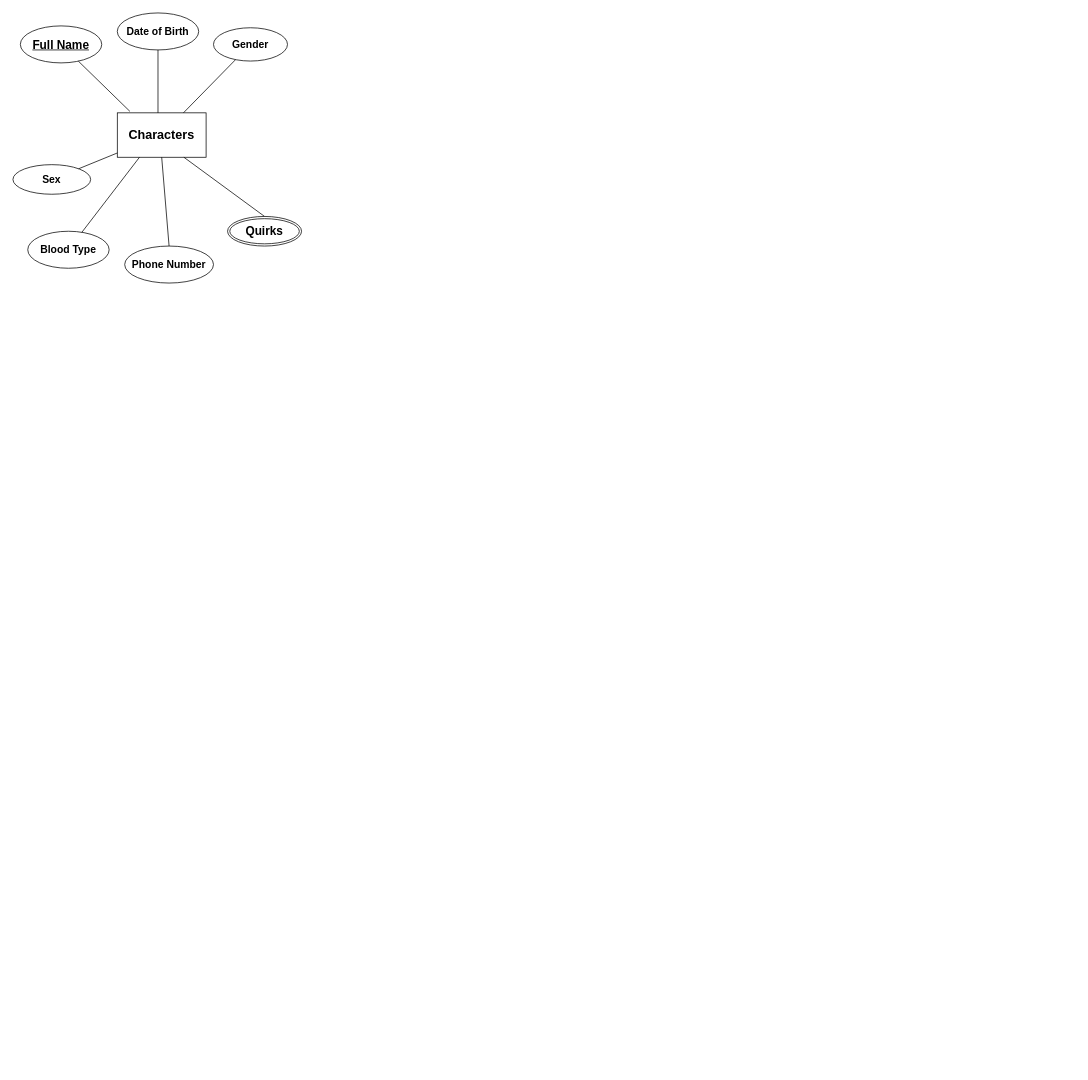
Before: hw2.drawio in ashhh18/dna-hw2, a draw.io diagram. Source tidied: cells renumbered, new cells numbered last; positions are measured from the earlier drawing's top-left corner, leaving out a move shared by most shapes. Both pictures are drawn from the tidied source at 74%, with x=0, y=0 at pixel (13, 13).
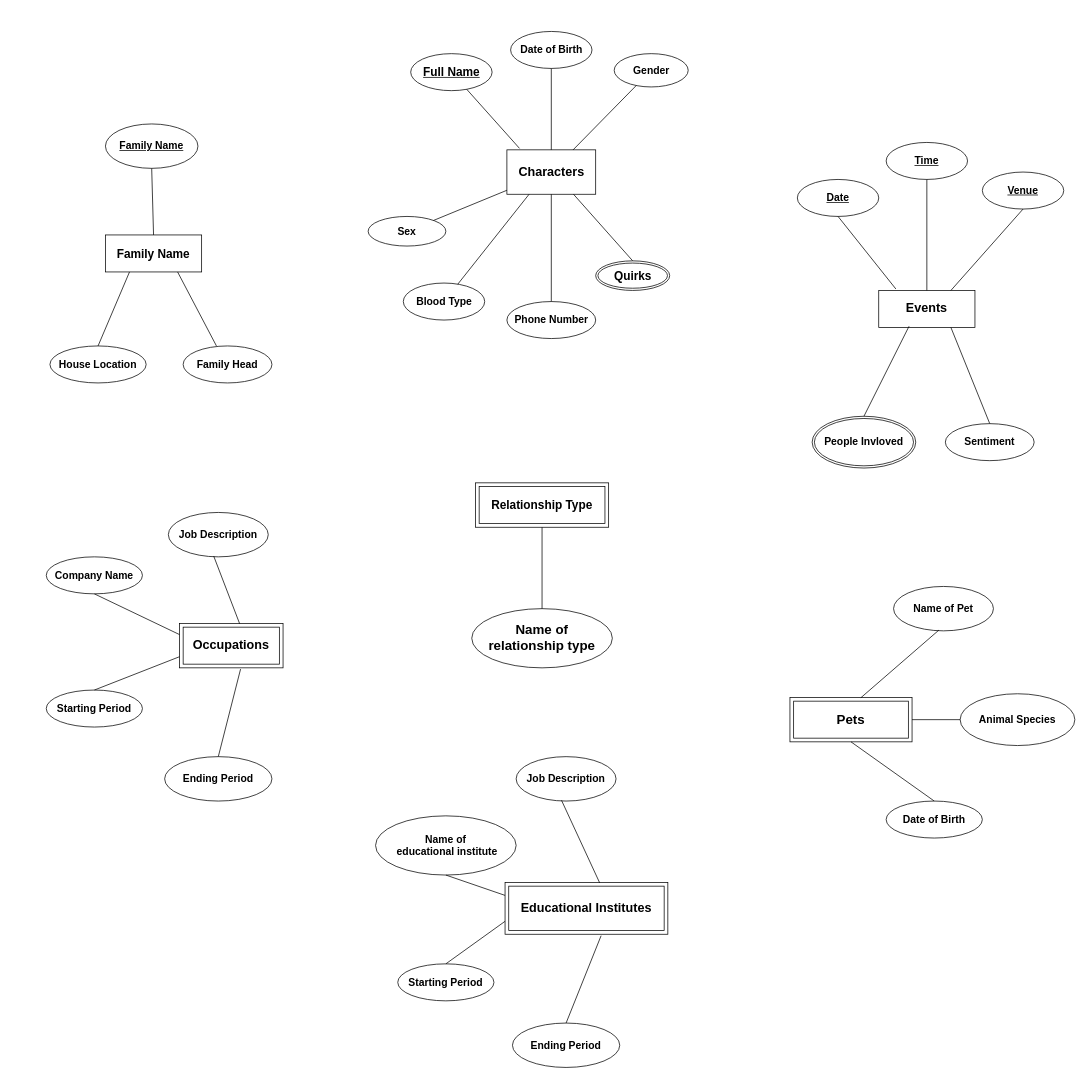
Above is the later version.

What changed in the source:
```diff
@@
     <mxCell id="2" value="&lt;p style=&quot;line-height: 230%; font-size: 17px;&quot;&gt;&lt;b&gt;Characters&lt;/b&gt;&lt;/p&gt;" style="rounded=0;whiteSpace=wrap;html=1;" parent="1" vertex="1">
-      <mxGeometry x="141" y="135" width="120" height="60" as="geometry" />
+      <mxGeometry x="667.5" y="185" width="120" height="60" as="geometry" />
     </mxCell>
     <mxCell id="3" value="&lt;b&gt;&lt;font style=&quot;font-size: 16px;&quot;&gt;Full Name&lt;/font&gt;&lt;/b&gt;" style="ellipse;whiteSpace=wrap;html=1;align=center;fontStyle=4;" parent="1" vertex="1">
-      <mxGeometry x="10" y="17.5" width="110" height="50" as="geometry" />
+      <mxGeometry x="537.5" y="55" width="110" height="50" as="geometry" />
     </mxCell>
@@
     <mxCell id="6" value="&lt;b&gt;&lt;font style=&quot;font-size: 14px;&quot;&gt;Date of Birth&lt;/font&gt;&lt;/b&gt;" style="ellipse;whiteSpace=wrap;html=1;align=center;" parent="1" vertex="1">
-      <mxGeometry x="141" width="110" height="50" as="geometry" />
+      <mxGeometry x="672.5" y="25" width="110" height="50" as="geometry" />
     </mxCell>
     <mxCell id="7" value="&lt;b&gt;&lt;font style=&quot;font-size: 14px;&quot;&gt;Gender&lt;/font&gt;&lt;/b&gt;" style="ellipse;whiteSpace=wrap;html=1;align=center;" parent="1" vertex="1">
-      <mxGeometry x="271" y="20" width="100" height="45" as="geometry" />
+      <mxGeometry x="812.5" y="55" width="100" height="45" as="geometry" />
     </mxCell>
-    <mxCell id="8" style="endArrow=none;html=1;rounded=0;" parent="1" edge="1" source="6">
-      <mxGeometry relative="1" as="geometry">
-        <mxPoint x="196" y="135" as="targetPoint" />
-      </mxGeometry>
+    <mxCell id="8" style="endArrow=none;html=1;rounded=0;entryX=0.5;entryY=0;entryDx=0;entryDy=0;" parent="1" edge="1" source="6" target="2">
+      <mxGeometry relative="1" as="geometry" />
     </mxCell>
@@
     <mxCell id="10" value="&lt;b&gt;&lt;font style=&quot;font-size: 14px;&quot;&gt;Sex&lt;/font&gt;&lt;/b&gt;" style="ellipse;whiteSpace=wrap;html=1;align=center;" parent="1" vertex="1">
-      <mxGeometry y="205" width="105" height="40" as="geometry" />
+      <mxGeometry x="480" y="275" width="105" height="40" as="geometry" />
     </mxCell>
     <mxCell id="11" value="&lt;b&gt;&lt;font style=&quot;font-size: 14px;&quot;&gt;Blood Type&lt;/font&gt;&lt;/b&gt;" style="ellipse;whiteSpace=wrap;html=1;align=center;" parent="1" vertex="1">
-      <mxGeometry x="20" y="295" width="110" height="50" as="geometry" />
+      <mxGeometry x="527.5" y="365" width="110" height="50" as="geometry" />
     </mxCell>
     <mxCell id="12" value="&lt;b&gt;&lt;font style=&quot;font-size: 14px;&quot;&gt;Phone Number&lt;/font&gt;&lt;/b&gt;" style="ellipse;whiteSpace=wrap;html=1;align=center;" parent="1" vertex="1">
-      <mxGeometry x="151" y="315" width="120" height="50" as="geometry" />
+      <mxGeometry x="667.5" y="390" width="120" height="50" as="geometry" />
     </mxCell>
     <mxCell id="13" value="&lt;b&gt;&lt;font style=&quot;font-size: 16px;&quot;&gt;Quirks&lt;/font&gt;&lt;/b&gt;" style="ellipse;shape=doubleEllipse;margin=3;whiteSpace=wrap;html=1;align=center;" parent="1" vertex="1">
-      <mxGeometry x="290" y="275" width="100" height="40" as="geometry" />
+      <mxGeometry x="787.5" y="335" width="100" height="40" as="geometry" />
     </mxCell>
@@
+    <mxCell id="18" value="&lt;b&gt;&lt;font style=&quot;font-size: 16px;&quot;&gt;Family Name&lt;/font&gt;&lt;/b&gt;" style="whiteSpace=wrap;html=1;align=center;" parent="1" vertex="1">
+      <mxGeometry x="125" y="300" width="130" height="50" as="geometry" />
+    </mxCell>
+    <mxCell id="19" value="&lt;b&gt;&lt;font style=&quot;font-size: 14px;&quot;&gt;House Location&lt;/font&gt;&lt;/b&gt;" style="ellipse;whiteSpace=wrap;html=1;align=center;" parent="1" vertex="1">
+      <mxGeometry x="50" y="450" width="130" height="50" as="geometry" />
+    </mxCell>
+    <mxCell id="20" value="&lt;b&gt;&lt;font style=&quot;font-size: 14px;&quot;&gt;Family Head&lt;/font&gt;&lt;/b&gt;" style="ellipse;whiteSpace=wrap;html=1;align=center;" parent="1" vertex="1">
+      <mxGeometry x="230" y="450" width="120" height="50" as="geometry" />
+    </mxCell>
+    <mxCell id="21" value="&lt;b&gt;&lt;font style=&quot;font-size: 14px;&quot;&gt;Family Name&lt;/font&gt;&lt;/b&gt;" style="ellipse;whiteSpace=wrap;html=1;align=center;fontStyle=4;" parent="1" vertex="1">
+      <mxGeometry x="125" y="150" width="125" height="60" as="geometry" />
+    </mxCell>
+    <mxCell id="22" style="endArrow=none;html=1;rounded=0;exitX=0.25;exitY=1;exitDx=0;exitDy=0;entryX=0.5;entryY=0;entryDx=0;entryDy=0;" parent="1" edge="1" source="18" target="19">
+      <mxGeometry relative="1" as="geometry" />
+    </mxCell>
+    <mxCell id="23" style="endArrow=none;html=1;rounded=0;exitX=0.5;exitY=0;exitDx=0;exitDy=0;entryX=0.75;entryY=1;entryDx=0;entryDy=0;" parent="1" edge="1" target="18">
+      <mxGeometry relative="1" as="geometry">
+        <mxPoint x="275" y="450" as="sourcePoint" />
+      </mxGeometry>
+    </mxCell>
+    <mxCell id="24" style="endArrow=none;html=1;rounded=0;exitX=0.5;exitY=1;exitDx=0;exitDy=0;entryX=0.5;entryY=0;entryDx=0;entryDy=0;" parent="1" edge="1" source="21" target="18">
+      <mxGeometry relative="1" as="geometry" />
+    </mxCell>
+    <mxCell id="25" value="&lt;b&gt;&lt;font style=&quot;font-size: 17px;&quot;&gt;Occupations&lt;/font&gt;&lt;/b&gt;" style="shape=ext;margin=3;double=1;whiteSpace=wrap;html=1;align=center;" parent="1" vertex="1">
+      <mxGeometry x="225" y="825" width="140" height="60" as="geometry" />
+    </mxCell>
+    <mxCell id="26" value="&lt;b&gt;&lt;font style=&quot;font-size: 14px;&quot;&gt;Company Name&lt;/font&gt;&lt;/b&gt;" style="ellipse;whiteSpace=wrap;html=1;align=center;" parent="1" vertex="1">
+      <mxGeometry x="45" y="735" width="130" height="50" as="geometry" />
+    </mxCell>
+    <mxCell id="27" value="&lt;b&gt;&lt;font style=&quot;font-size: 14px;&quot;&gt;Ending Period&lt;/font&gt;&lt;/b&gt;" style="ellipse;whiteSpace=wrap;html=1;align=center;" parent="1" vertex="1">
+      <mxGeometry x="205" y="1005" width="145" height="60" as="geometry" />
+    </mxCell>
+    <mxCell id="28" value="&lt;b&gt;&lt;font style=&quot;font-size: 14px;&quot;&gt;Starting Period&lt;/font&gt;&lt;/b&gt;" style="ellipse;whiteSpace=wrap;html=1;align=center;" parent="1" vertex="1">
+      <mxGeometry x="45" y="915" width="130" height="50" as="geometry" />
+    </mxCell>
+    <mxCell id="29" value="&lt;b&gt;&lt;font style=&quot;font-size: 14px;&quot;&gt;Job Description&lt;/font&gt;&lt;/b&gt;" style="ellipse;whiteSpace=wrap;html=1;align=center;" parent="1" vertex="1">
+      <mxGeometry x="210" y="675" width="135" height="60" as="geometry" />
+    </mxCell>
+    <mxCell id="30" style="endArrow=none;html=1;rounded=0;exitX=0.454;exitY=0.983;exitDx=0;exitDy=0;exitPerimeter=0;entryX=0.581;entryY=0.006;entryDx=0;entryDy=0;entryPerimeter=0;" parent="1" edge="1" source="29" target="25">
+      <mxGeometry relative="1" as="geometry" />
+    </mxCell>
+    <mxCell id="31" style="endArrow=none;html=1;rounded=0;exitX=0.5;exitY=1;exitDx=0;exitDy=0;entryX=0;entryY=0.25;entryDx=0;entryDy=0;" parent="1" edge="1" source="26" target="25">
+      <mxGeometry relative="1" as="geometry" />
+    </mxCell>
+    <mxCell id="32" style="endArrow=none;html=1;rounded=0;exitX=0.5;exitY=0;exitDx=0;exitDy=0;entryX=0;entryY=0.75;entryDx=0;entryDy=0;" parent="1" edge="1" source="28" target="25">
+      <mxGeometry relative="1" as="geometry" />
+    </mxCell>
+    <mxCell id="33" style="endArrow=none;html=1;rounded=0;exitX=0.5;exitY=0;exitDx=0;exitDy=0;entryX=0.59;entryY=1.028;entryDx=0;entryDy=0;entryPerimeter=0;" parent="1" edge="1" source="27" target="25">
+      <mxGeometry relative="1" as="geometry" />
+    </mxCell>
+    <mxCell id="34" value="&lt;b&gt;&lt;font style=&quot;font-size: 17px;&quot;&gt;Educational Institutes&lt;/font&gt;&lt;/b&gt;" style="shape=ext;margin=3;double=1;whiteSpace=wrap;html=1;align=center;" parent="1" vertex="1">
+      <mxGeometry x="665" y="1175" width="220" height="70" as="geometry" />
+    </mxCell>
+    <mxCell id="35" value="&lt;b&gt;&lt;font style=&quot;font-size: 14px;&quot;&gt;Name of&lt;br&gt;&amp;nbsp;educational institute&lt;/font&gt;&lt;/b&gt;" style="ellipse;whiteSpace=wrap;html=1;align=center;" parent="1" vertex="1">
+      <mxGeometry x="490" y="1085" width="190" height="80" as="geometry" />
+    </mxCell>
+    <mxCell id="36" value="&lt;b&gt;&lt;font style=&quot;font-size: 14px;&quot;&gt;Ending Period&lt;/font&gt;&lt;/b&gt;" style="ellipse;whiteSpace=wrap;html=1;align=center;" parent="1" vertex="1">
+      <mxGeometry x="675" y="1365" width="145" height="60" as="geometry" />
+    </mxCell>
+    <mxCell id="37" value="&lt;b&gt;&lt;font style=&quot;font-size: 14px;&quot;&gt;Starting Period&lt;/font&gt;&lt;/b&gt;" style="ellipse;whiteSpace=wrap;html=1;align=center;" parent="1" vertex="1">
+      <mxGeometry x="520" y="1285" width="130" height="50" as="geometry" />
+    </mxCell>
+    <mxCell id="38" value="&lt;b&gt;&lt;font style=&quot;font-size: 14px;&quot;&gt;Job Description&lt;/font&gt;&lt;/b&gt;" style="ellipse;whiteSpace=wrap;html=1;align=center;" parent="1" vertex="1">
+      <mxGeometry x="680" y="1005" width="135" height="60" as="geometry" />
+    </mxCell>
+    <mxCell id="39" style="endArrow=none;html=1;rounded=0;exitX=0.454;exitY=0.983;exitDx=0;exitDy=0;exitPerimeter=0;entryX=0.581;entryY=0.006;entryDx=0;entryDy=0;entryPerimeter=0;" parent="1" edge="1" source="38" target="34">
+      <mxGeometry relative="1" as="geometry" />
+    </mxCell>
+    <mxCell id="40" style="endArrow=none;html=1;rounded=0;exitX=0.5;exitY=1;exitDx=0;exitDy=0;entryX=0;entryY=0.25;entryDx=0;entryDy=0;" parent="1" edge="1" source="35" target="34">
+      <mxGeometry relative="1" as="geometry" />
+    </mxCell>
+    <mxCell id="41" style="endArrow=none;html=1;rounded=0;exitX=0.5;exitY=0;exitDx=0;exitDy=0;entryX=0;entryY=0.75;entryDx=0;entryDy=0;" parent="1" edge="1" source="37" target="34">
+      <mxGeometry relative="1" as="geometry" />
+    </mxCell>
+    <mxCell id="42" style="endArrow=none;html=1;rounded=0;exitX=0.5;exitY=0;exitDx=0;exitDy=0;entryX=0.59;entryY=1.028;entryDx=0;entryDy=0;entryPerimeter=0;" parent="1" edge="1" source="36" target="34">
+      <mxGeometry relative="1" as="geometry" />
+    </mxCell>
+    <mxCell id="43" value="&lt;b&gt;&lt;font style=&quot;font-size: 17px;&quot;&gt;Events&lt;/font&gt;&lt;/b&gt;" style="whiteSpace=wrap;html=1;align=center;" parent="1" vertex="1">
+      <mxGeometry x="1170" y="375" width="130" height="50" as="geometry" />
+    </mxCell>
+    <mxCell id="44" value="&lt;b&gt;&lt;font style=&quot;font-size: 14px;&quot;&gt;Date&lt;/font&gt;&lt;/b&gt;" style="ellipse;whiteSpace=wrap;html=1;align=center;fontStyle=4;" parent="1" vertex="1">
+      <mxGeometry x="1060" y="225" width="110" height="50" as="geometry" />
+    </mxCell>
+    <mxCell id="45" value="&lt;b&gt;&lt;font style=&quot;font-size: 14px;&quot;&gt;Time&lt;/font&gt;&lt;/b&gt;" style="ellipse;whiteSpace=wrap;html=1;align=center;fontStyle=4;" parent="1" vertex="1">
+      <mxGeometry x="1180" y="175" width="110" height="50" as="geometry" />
+    </mxCell>
+    <mxCell id="46" value="&lt;b&gt;&lt;font style=&quot;font-size: 14px;&quot;&gt;Venue&lt;/font&gt;&lt;/b&gt;" style="ellipse;whiteSpace=wrap;html=1;align=center;fontStyle=4;" parent="1" vertex="1">
+      <mxGeometry x="1310" y="215" width="110" height="50" as="geometry" />
+    </mxCell>
+    <mxCell id="47" value="&lt;b&gt;&lt;font style=&quot;font-size: 14px;&quot;&gt;Sentiment&lt;/font&gt;&lt;/b&gt;" style="ellipse;whiteSpace=wrap;html=1;align=center;" parent="1" vertex="1">
+      <mxGeometry x="1260" y="555" width="120" height="50" as="geometry" />
+    </mxCell>
+    <mxCell id="48" value="&lt;b&gt;&lt;font style=&quot;font-size: 14px;&quot;&gt;People Invloved&lt;/font&gt;&lt;/b&gt;" style="ellipse;shape=doubleEllipse;margin=3;whiteSpace=wrap;html=1;align=center;" parent="1" vertex="1">
+      <mxGeometry x="1080" y="545" width="140" height="70" as="geometry" />
+    </mxCell>
+    <mxCell id="49" style="endArrow=none;html=1;rounded=0;exitX=0.5;exitY=0;exitDx=0;exitDy=0;entryX=0.315;entryY=0.967;entryDx=0;entryDy=0;entryPerimeter=0;" parent="1" edge="1" source="48" target="43">
+      <mxGeometry relative="1" as="geometry" />
+    </mxCell>
+    <mxCell id="50" style="endArrow=none;html=1;rounded=0;exitX=0.75;exitY=1;exitDx=0;exitDy=0;entryX=0.5;entryY=0;entryDx=0;entryDy=0;" parent="1" edge="1" source="43" target="47">
+      <mxGeometry relative="1" as="geometry" />
+    </mxCell>
+    <mxCell id="51" style="endArrow=none;html=1;rounded=0;exitX=0.5;exitY=1;exitDx=0;exitDy=0;entryX=0.178;entryY=-0.04;entryDx=0;entryDy=0;entryPerimeter=0;" parent="1" edge="1" source="44" target="43">
+      <mxGeometry relative="1" as="geometry" />
+    </mxCell>
+    <mxCell id="52" style="endArrow=none;html=1;rounded=0;exitX=0.5;exitY=1;exitDx=0;exitDy=0;" parent="1" edge="1" source="45" target="43">
+      <mxGeometry relative="1" as="geometry" />
+    </mxCell>
+    <mxCell id="53" style="endArrow=none;html=1;rounded=0;exitX=0.5;exitY=1;exitDx=0;exitDy=0;entryX=0.75;entryY=0;entryDx=0;entryDy=0;" parent="1" edge="1" source="46" target="43">
+      <mxGeometry relative="1" as="geometry" />
+    </mxCell>
+    <mxCell id="54" value="&lt;b&gt;&lt;font style=&quot;font-size: 18px;&quot;&gt;Pets&lt;/font&gt;&lt;/b&gt;" style="shape=ext;margin=3;double=1;whiteSpace=wrap;html=1;align=center;" parent="1" vertex="1">
+      <mxGeometry x="1050" y="925" width="165" height="60" as="geometry" />
+    </mxCell>
+    <mxCell id="55" value="&lt;span style=&quot;font-size: 14px;&quot;&gt;&lt;b&gt;Animal Species&lt;/b&gt;&lt;/span&gt;" style="ellipse;whiteSpace=wrap;html=1;align=center;" parent="1" vertex="1">
+      <mxGeometry x="1280" y="920" width="155" height="70" as="geometry" />
+    </mxCell>
+    <mxCell id="56" value="&lt;b&gt;&lt;font style=&quot;font-size: 14px;&quot;&gt;Date of Birth&lt;/font&gt;&lt;/b&gt;" style="ellipse;whiteSpace=wrap;html=1;align=center;" parent="1" vertex="1">
+      <mxGeometry x="1180" y="1065" width="130" height="50" as="geometry" />
+    </mxCell>
+    <mxCell id="57" value="&lt;b&gt;&lt;font style=&quot;font-size: 14px;&quot;&gt;Name of Pet&lt;/font&gt;&lt;/b&gt;" style="ellipse;whiteSpace=wrap;html=1;align=center;" parent="1" vertex="1">
+      <mxGeometry x="1190" y="775" width="135" height="60" as="geometry" />
+    </mxCell>
+    <mxCell id="58" style="endArrow=none;html=1;rounded=0;exitX=0.454;exitY=0.983;exitDx=0;exitDy=0;exitPerimeter=0;entryX=0.581;entryY=0.006;entryDx=0;entryDy=0;entryPerimeter=0;" parent="1" edge="1" source="57" target="54">
+      <mxGeometry relative="1" as="geometry" />
+    </mxCell>
+    <mxCell id="59" style="endArrow=none;html=1;rounded=0;exitX=0;exitY=0.5;exitDx=0;exitDy=0;" parent="1" edge="1" source="55" target="54">
+      <mxGeometry relative="1" as="geometry" />
+    </mxCell>
+    <mxCell id="60" style="endArrow=none;html=1;rounded=0;exitX=0.5;exitY=0;exitDx=0;exitDy=0;entryX=0.5;entryY=1;entryDx=0;entryDy=0;" parent="1" edge="1" source="56" target="54">
+      <mxGeometry relative="1" as="geometry" />
+    </mxCell>
+    <mxCell id="61" value="&lt;b&gt;&lt;font style=&quot;font-size: 16px;&quot;&gt;Relationship Type&lt;/font&gt;&lt;/b&gt;" style="shape=ext;margin=3;double=1;whiteSpace=wrap;html=1;align=center;" parent="1" vertex="1">
+      <mxGeometry x="625" y="635" width="180" height="60" as="geometry" />
+    </mxCell>
+    <mxCell id="62" value="&lt;b&gt;&lt;font style=&quot;font-size: 18px;&quot;&gt;Name of &lt;br&gt;relationship type&lt;/font&gt;&lt;/b&gt;" style="ellipse;whiteSpace=wrap;html=1;align=center;" parent="1" vertex="1">
+      <mxGeometry x="620" y="805" width="190" height="80" as="geometry" />
+    </mxCell>
+    <mxCell id="63" style="endArrow=none;html=1;rounded=0;exitX=0.5;exitY=1;exitDx=0;exitDy=0;" parent="1" edge="1" source="61" target="62">
+      <mxGeometry relative="1" as="geometry" />
+    </mxCell>
```
